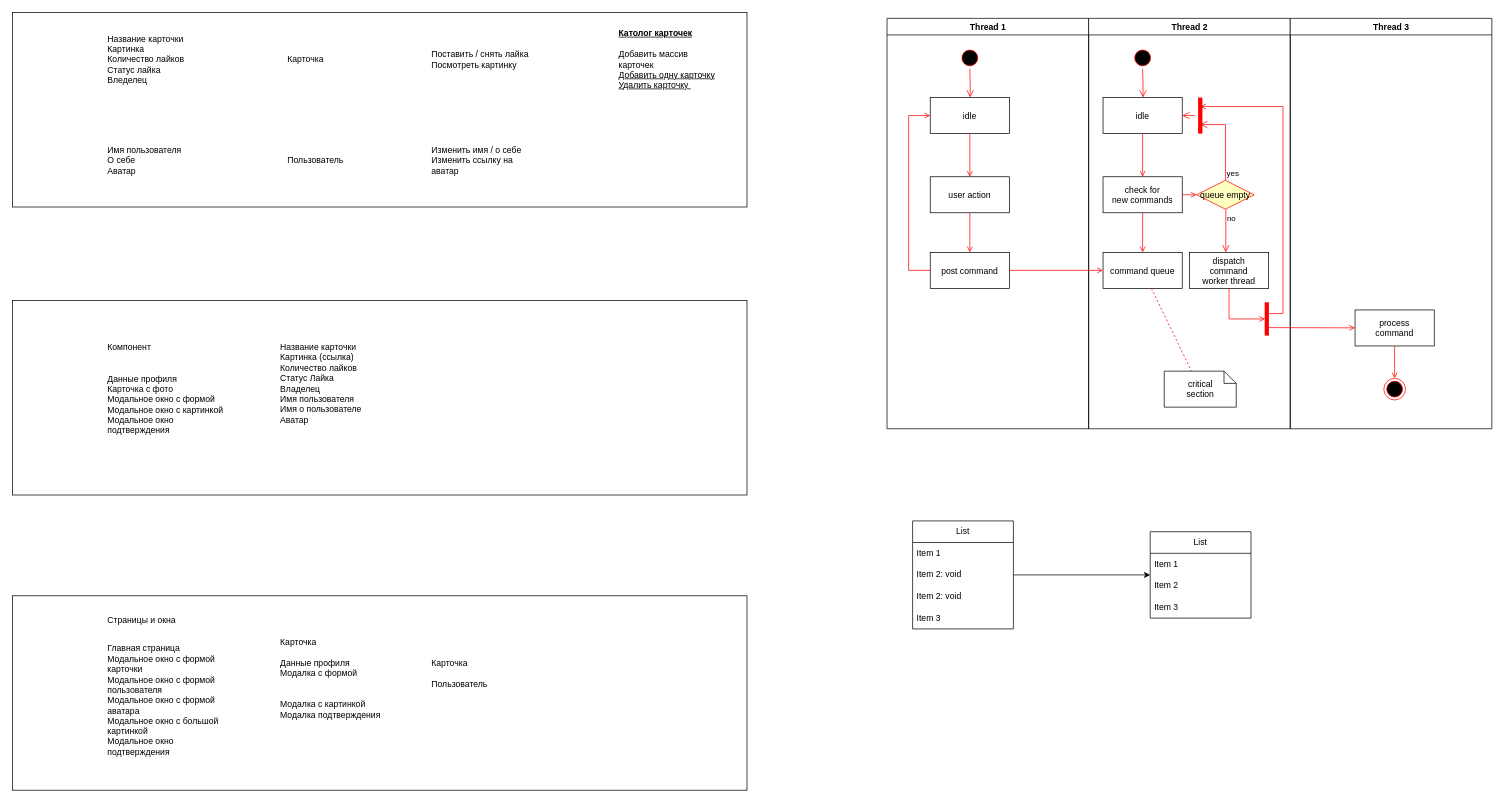
Before: Untitled Diagram.drawio in Gerts-official/Mesto-OOP, a draw.io diagram. Source tidied: cells renumbered, new cells numbered last; positions are measured from the earlier drawing's top-left corner, leaving out a move shared by most shapes. Both pictures are drawn from the tidied source at 72%, with x=0, y=0 at pixel (12, 12).
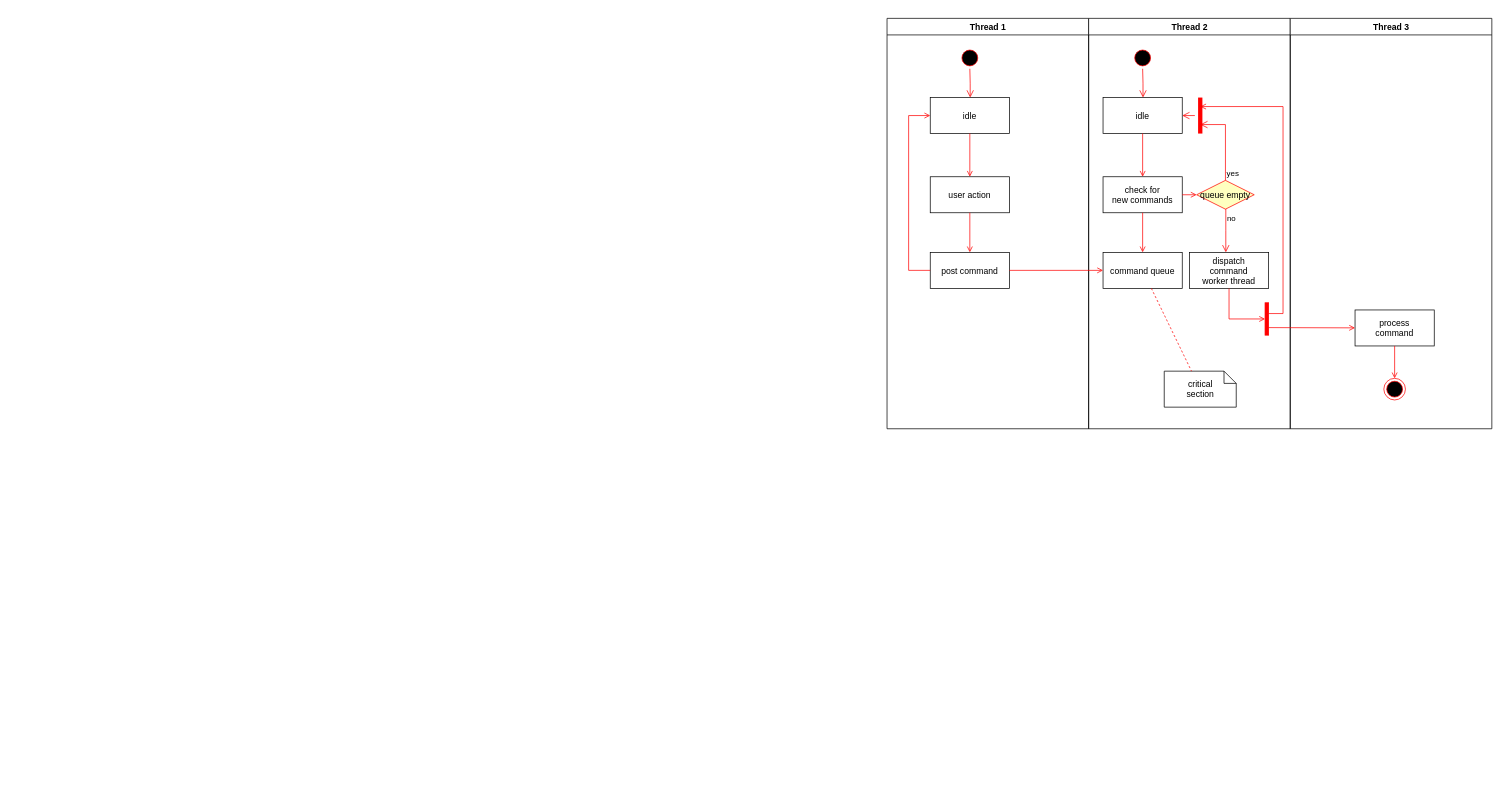
After the change.

Commit message:
web-larel-UML

The edit, as a diff of the source:
```diff
@@
-    <mxCell id="2" style="rounded=0;whiteSpace=wrap;html=1;shadow=0;" parent="1" vertex="1">
-      <mxGeometry width="1020" height="270" as="geometry" />
-    </mxCell>
@@
-    <mxCell id="38" value="List" style="swimlane;fontStyle=0;horizontal=1;startSize=30;whiteSpace=wrap;html=1;" parent="1" vertex="1">
-      <mxGeometry x="1250" y="706" width="140" height="150" as="geometry" />
-    </mxCell>
-    <mxCell id="39" value="Item 1" style="text;strokeColor=none;fillColor=none;align=left;verticalAlign=middle;spacingLeft=4;spacingRight=4;overflow=hidden;whiteSpace=wrap;html=1;" parent="38" vertex="1">
-      <mxGeometry y="30" width="140" height="30" as="geometry" />
-    </mxCell>
-    <mxCell id="40" value="Item 2: void&amp;nbsp;" style="text;strokeColor=none;fillColor=none;align=left;verticalAlign=middle;spacingLeft=4;spacingRight=4;overflow=hidden;points=[[0,0.5],[1,0.5]];portConstraint=eastwest;whiteSpace=wrap;html=1;" parent="38" vertex="1">
-      <mxGeometry y="60" width="140" height="30" as="geometry" />
-    </mxCell>
-    <mxCell id="41" value="Item 2: void&amp;nbsp;" style="text;strokeColor=none;fillColor=none;align=left;verticalAlign=middle;spacingLeft=4;spacingRight=4;overflow=hidden;whiteSpace=wrap;html=1;" parent="38" vertex="1">
-      <mxGeometry y="90" width="140" height="30" as="geometry" />
-    </mxCell>
-    <mxCell id="42" value="Item 3" style="text;strokeColor=none;fillColor=none;align=left;verticalAlign=middle;spacingLeft=4;spacingRight=4;overflow=hidden;whiteSpace=wrap;html=1;" parent="38" vertex="1">
-      <mxGeometry y="120" width="140" height="30" as="geometry" />
-    </mxCell>
-    <mxCell id="43" value="List" style="swimlane;fontStyle=0;horizontal=1;startSize=30;whiteSpace=wrap;html=1;" parent="1" vertex="1">
-      <mxGeometry x="1580" y="721" width="140" height="120" as="geometry" />
-    </mxCell>
-    <mxCell id="44" value="Item 1" style="text;strokeColor=none;fillColor=none;align=left;verticalAlign=middle;spacingLeft=4;spacingRight=4;overflow=hidden;whiteSpace=wrap;html=1;" parent="43" vertex="1">
-      <mxGeometry y="30" width="140" height="30" as="geometry" />
-    </mxCell>
-    <mxCell id="45" value="Item 2" style="text;strokeColor=none;fillColor=none;align=left;verticalAlign=middle;spacingLeft=4;spacingRight=4;overflow=hidden;whiteSpace=wrap;html=1;" parent="43" vertex="1">
-      <mxGeometry y="60" width="140" height="30" as="geometry" />
-    </mxCell>
-    <mxCell id="46" value="Item 3" style="text;strokeColor=none;fillColor=none;align=left;verticalAlign=middle;spacingLeft=4;spacingRight=4;overflow=hidden;whiteSpace=wrap;html=1;" parent="43" vertex="1">
-      <mxGeometry y="90" width="140" height="30" as="geometry" />
-    </mxCell>
-    <mxCell id="47" style="edgeStyle=orthogonalEdgeStyle;rounded=0;jettySize=auto;html=1;" parent="1" edge="1" source="40" target="43">
-      <mxGeometry relative="1" as="geometry" />
-    </mxCell>
-    <mxCell id="48" value="Название карточки&amp;nbsp;&lt;div&gt;Картинка&amp;nbsp;&lt;/div&gt;&lt;div&gt;Количество лайков&lt;/div&gt;&lt;div&gt;Статус лайка&amp;nbsp;&lt;/div&gt;&lt;div&gt;Вледелец&lt;/div&gt;" style="text;html=1;align=left;verticalAlign=middle;whiteSpace=wrap;rounded=0;" parent="1" vertex="1">
-      <mxGeometry x="130" y="50" width="150" height="30" as="geometry" />
-    </mxCell>
-    <mxCell id="49" value="Имя пользователя&amp;nbsp;&lt;div&gt;О себе&amp;nbsp;&lt;/div&gt;&lt;div&gt;Аватар&lt;/div&gt;" style="text;html=1;align=left;verticalAlign=middle;whiteSpace=wrap;rounded=0;" parent="1" vertex="1">
-      <mxGeometry x="130" y="190" width="150" height="30" as="geometry" />
-    </mxCell>
-    <mxCell id="50" value="Карточка" style="text;html=1;align=left;verticalAlign=middle;whiteSpace=wrap;rounded=0;" parent="1" vertex="1">
-      <mxGeometry x="380" y="50" width="150" height="30" as="geometry" />
-    </mxCell>
-    <mxCell id="51" value="Пользователь" style="text;html=1;align=left;verticalAlign=middle;whiteSpace=wrap;rounded=0;" parent="1" vertex="1">
-      <mxGeometry x="380" y="190" width="150" height="30" as="geometry" />
-    </mxCell>
-    <mxCell id="52" value="Поставить / снять лайка&lt;div&gt;Посмотреть картинку&lt;/div&gt;" style="text;html=1;align=left;verticalAlign=middle;whiteSpace=wrap;rounded=0;" parent="1" vertex="1">
-      <mxGeometry x="580" y="50" width="150" height="30" as="geometry" />
-    </mxCell>
-    <mxCell id="53" value="Изменить имя / о себе&lt;div&gt;Изменить ссылку на аватар&lt;/div&gt;" style="text;html=1;align=left;verticalAlign=middle;whiteSpace=wrap;rounded=0;" parent="1" vertex="1">
-      <mxGeometry x="580" y="190" width="150" height="30" as="geometry" />
-    </mxCell>
-    <mxCell id="54" value="&lt;u&gt;&lt;b&gt;Католог карточек&lt;/b&gt;&lt;/u&gt;&lt;div&gt;&lt;br&gt;&lt;/div&gt;&lt;div&gt;Добавить массив карточек&lt;/div&gt;&lt;div&gt;&lt;u&gt;Добавить одну карточку&lt;/u&gt;&lt;/div&gt;&lt;div&gt;&lt;u&gt;Удалить карточку&amp;nbsp;&lt;/u&gt;&lt;/div&gt;" style="text;html=1;align=left;verticalAlign=middle;whiteSpace=wrap;rounded=0;" parent="1" vertex="1">
-      <mxGeometry x="840" y="50" width="150" height="30" as="geometry" />
-    </mxCell>
-    <mxCell id="55" style="rounded=0;whiteSpace=wrap;html=1;shadow=0;" parent="1" vertex="1">
-      <mxGeometry y="400" width="1020" height="270" as="geometry" />
-    </mxCell>
-    <mxCell id="56" value="Компонент" style="text;html=1;align=left;verticalAlign=middle;whiteSpace=wrap;rounded=0;" parent="1" vertex="1">
-      <mxGeometry x="130" y="450" width="150" height="30" as="geometry" />
-    </mxCell>
-    <mxCell id="57" value="Данные профиля&lt;div&gt;Карточка с фото&lt;/div&gt;&lt;div&gt;Модальное окно с формой&amp;nbsp;&lt;/div&gt;&lt;div&gt;Модальное окно с картинкой&amp;nbsp;&lt;/div&gt;&lt;div&gt;Модальное окно подтверждения&amp;nbsp;&lt;/div&gt;" style="text;html=1;align=left;verticalAlign=middle;whiteSpace=wrap;rounded=0;" parent="1" vertex="1">
-      <mxGeometry x="130" y="530" width="180" height="30" as="geometry" />
-    </mxCell>
-    <mxCell id="58" value="Название карточки&lt;div&gt;Картинка (ссылка)&lt;/div&gt;&lt;div&gt;Количество лайков&amp;nbsp;&lt;/div&gt;&lt;div&gt;Статус Лайка&amp;nbsp;&lt;/div&gt;&lt;div&gt;Владелец&lt;/div&gt;&lt;div&gt;Имя пользователя&amp;nbsp;&lt;/div&gt;&lt;div&gt;Имя о пользователе&amp;nbsp;&lt;/div&gt;&lt;div&gt;Аватар&lt;/div&gt;" style="text;html=1;align=left;verticalAlign=middle;whiteSpace=wrap;rounded=0;" parent="1" vertex="1">
-      <mxGeometry x="370" y="500" width="150" height="30" as="geometry" />
-    </mxCell>
-    <mxCell id="59" style="rounded=0;whiteSpace=wrap;html=1;shadow=0;" parent="1" vertex="1">
-      <mxGeometry y="810" width="1020" height="270" as="geometry" />
-    </mxCell>
-    <mxCell id="60" value="Страницы и окна" style="text;html=1;align=left;verticalAlign=middle;whiteSpace=wrap;rounded=0;" parent="1" vertex="1">
-      <mxGeometry x="130" y="829" width="150" height="30" as="geometry" />
-    </mxCell>
-    <mxCell id="61" value="Главная страница&lt;div&gt;Модальное окно с формой карточки&amp;nbsp;&lt;/div&gt;&lt;div&gt;Модальное окно с формой пользователя&amp;nbsp;&lt;/div&gt;&lt;div&gt;Модальное окно с формой аватара&lt;/div&gt;&lt;div&gt;Модальное окно с большой картинкой&amp;nbsp;&lt;/div&gt;&lt;div&gt;Модальное окно подтверждения&amp;nbsp;&lt;/div&gt;" style="text;html=1;align=left;verticalAlign=middle;whiteSpace=wrap;rounded=0;" parent="1" vertex="1">
-      <mxGeometry x="130" y="940" width="180" height="30" as="geometry" />
-    </mxCell>
-    <mxCell id="62" value="Карточка&amp;nbsp;&lt;div&gt;&lt;br&gt;&lt;div&gt;Данные профиля&amp;nbsp;&lt;/div&gt;&lt;div&gt;Модалка с формой&amp;nbsp;&lt;/div&gt;&lt;div&gt;&lt;br&gt;&lt;/div&gt;&lt;div&gt;&lt;br&gt;&lt;/div&gt;&lt;div&gt;Модалка с картинкой&amp;nbsp;&lt;/div&gt;&lt;div&gt;Модалка подтверждения&lt;/div&gt;&lt;/div&gt;" style="text;html=1;align=left;verticalAlign=middle;whiteSpace=wrap;rounded=0;" parent="1" vertex="1">
-      <mxGeometry x="370" y="910" width="150" height="30" as="geometry" />
-    </mxCell>
-    <mxCell id="63" value="Карточка&amp;nbsp;&lt;div&gt;&lt;br&gt;&lt;div&gt;Пользователь&lt;/div&gt;&lt;div&gt;&lt;br&gt;&lt;/div&gt;&lt;/div&gt;" style="text;html=1;align=left;verticalAlign=middle;whiteSpace=wrap;rounded=0;" parent="1" vertex="1">
-      <mxGeometry x="580" y="910" width="150" height="30" as="geometry" />
-    </mxCell>
```
